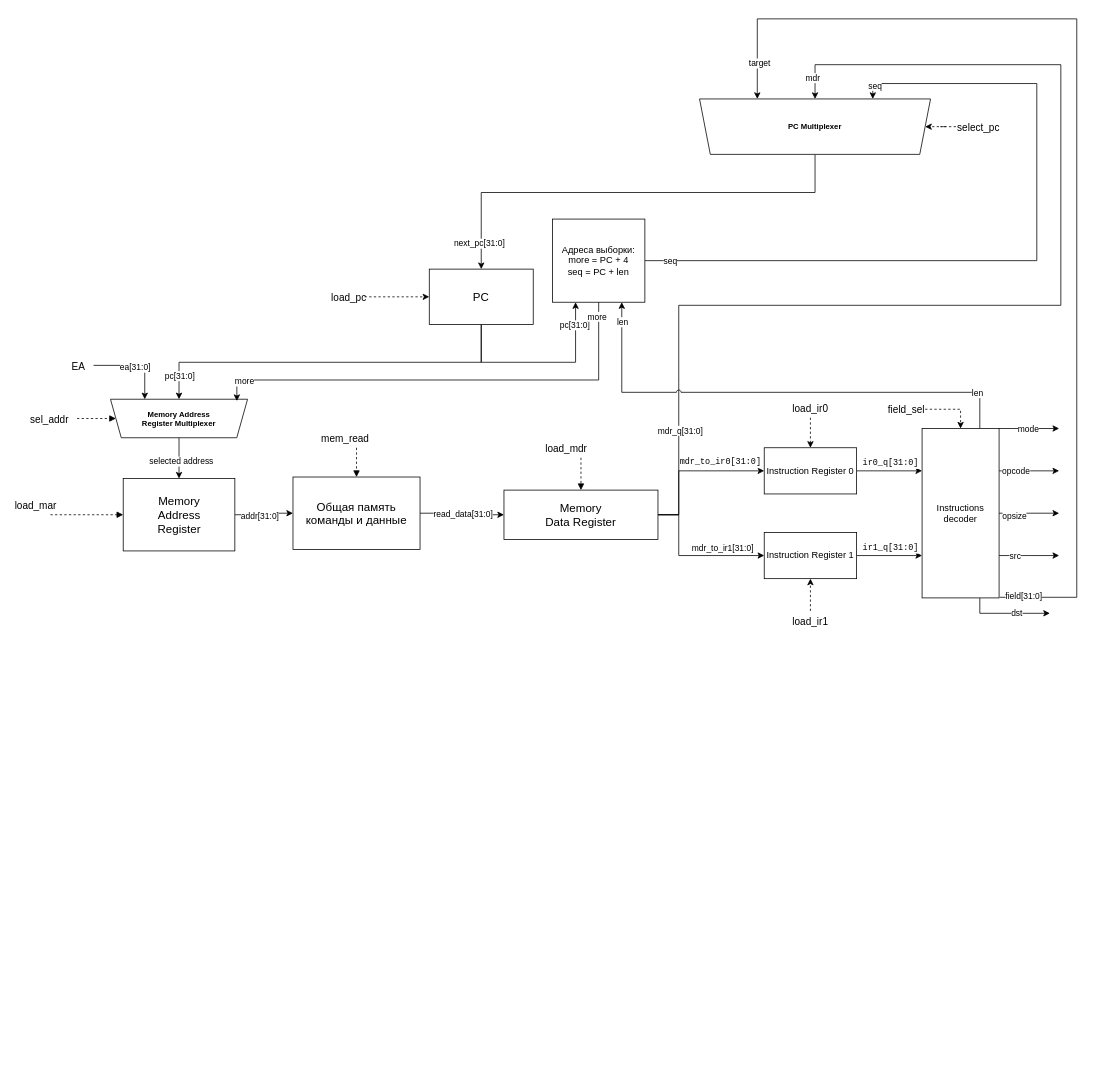
LischenerKS/scheme keeps this draw.io diagram as scheme.drawio. Above is the earlier version. Source tidied: cells renumbered, new cells numbered last; positions are measured from the earlier drawing's top-left corner, leaving out a move shared by most shapes. Both pictures are drawn from the tidied source at 77%, with x=0, y=0 at pixel (13, 18).
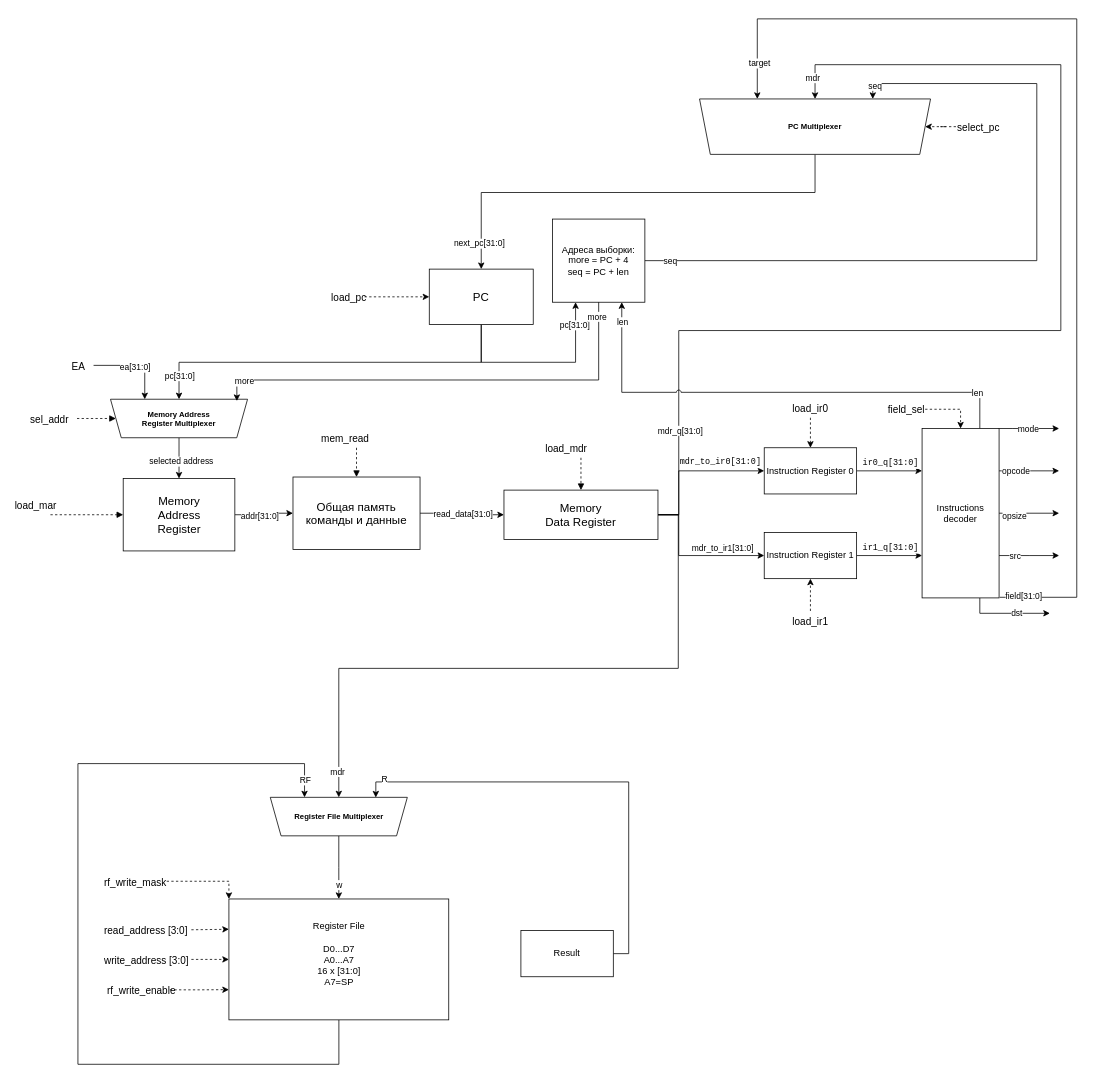
Above is the later version.

The change refers to these unchanged cells:
```xml
<mxCell id="20" value="Memory&#10;Data Register" style="rounded=0;whiteSpace=wrap;html=0;fontSize=15;" parent="1" vertex="1">
  <mxGeometry x="637" y="612" width="200" height="64" as="geometry" />
</mxCell>
<mxCell id="75" value="PC Multiplexer" style="shape=trapezoid;perimeter=trapezoidPerimeter;whiteSpace=wrap;html=1;fixedSize=1;size=14;direction=west;fontSize=10;fontStyle=1;" parent="1" vertex="1">
  <mxGeometry x="891" y="104" width="300" height="72" as="geometry" />
</mxCell>
```

Change to the diagram source:
```diff
@@
     <mxCell id="17" style="edgeStyle=orthogonalEdgeStyle;rounded=0;jettySize=auto;html=1;exitX=1;exitY=0.5;exitDx=0;exitDy=0;defaultLabelBackgroundColor=page;labelPadding=0 4;entryX=0.5;entryY=1;entryDx=0;entryDy=0;noJump=0;jumpStyle=none;followTerminals=1;" parent="1" edge="1" source="20" target="75">
       <mxGeometry x="0.23" relative="1" as="geometry">
         <Array as="points">
           <mxPoint x="864" y="644" />
-          <mxPoint x="864" y="474" />
-          <mxPoint x="864" y="372" />
-          <mxPoint x="1360.2" y="372" />
+          <mxPoint x="864" y="404.8" />
+          <mxPoint x="1360.2" y="404.8" />
           <mxPoint x="1360.2" y="59.5" />
           <mxPoint x="1041" y="59.5" />
         </Array>
       </mxGeometry>
     </mxCell>
@@
+    <mxCell id="78" style="edgeStyle=orthogonalEdgeStyle;rounded=0;jettySize=auto;html=1;exitX=1;exitY=0.5;exitDx=0;exitDy=0;defaultLabelBackgroundColor=page;labelPadding=0 4;entryX=0.5;entryY=1;entryDx=0;entryDy=0;" parent="1" edge="1" source="20" target="85">
+      <mxGeometry x="0.02" relative="1" as="geometry">
+        <Array as="points">
+          <mxPoint x="863.4" y="644" />
+          <mxPoint x="863.4" y="843.5" />
+          <mxPoint x="422.5" y="843.5" />
+        </Array>
+      </mxGeometry>
+    </mxCell>
+    <mxCell id="79" value="mdr" style="edgeLabel;html=1;align=center;verticalAlign=middle;inheritText=1;defaultLabelBackgroundColor=page;labelPadding=0 4;" parent="78" vertex="1">
+      <mxGeometry x="0.92" y="-2" relative="1" as="geometry" />
+    </mxCell>
@@
+    <mxCell id="80" style="edgeStyle=orthogonalEdgeStyle;rounded=0;jettySize=auto;html=1;entryX=0.75;entryY=1;entryDx=0;entryDy=0;defaultLabelBackgroundColor=page;labelPadding=0 4;" parent="1" edge="1" source="82" target="85">
+      <mxGeometry x="0.22" relative="1" as="geometry">
+        <Array as="points">
+          <mxPoint x="422.6" y="1357.7" />
+          <mxPoint x="83.7" y="1357.7" />
+          <mxPoint x="83.7" y="967.2" />
+          <mxPoint x="378" y="967.2" />
+        </Array>
+      </mxGeometry>
+    </mxCell>
+    <mxCell id="81" value="RF" style="edgeLabel;html=1;align=center;verticalAlign=middle;inheritText=1;defaultLabelBackgroundColor=page;labelPadding=0 4;" parent="80" vertex="1">
+      <mxGeometry x="0.96" relative="1" as="geometry" />
+    </mxCell>
+    <mxCell id="82" value="&lt;div&gt;Register File&lt;/div&gt;&lt;div&gt;&lt;br&gt;&lt;/div&gt;&lt;div&gt;D0...D7&lt;/div&gt;&lt;div&gt;A0...A7&lt;/div&gt;&lt;div&gt;16 x [31:0]&lt;/div&gt;&lt;div&gt;A7=SP&lt;/div&gt;&lt;div&gt;&lt;br&gt;&lt;/div&gt;" style="rounded=0;whiteSpace=wrap;html=1;" parent="1" vertex="1">
+      <mxGeometry x="279.8" y="1143" width="285.5" height="157" as="geometry" />
+    </mxCell>
+    <mxCell id="83" style="edgeStyle=orthogonalEdgeStyle;rounded=0;jettySize=auto;html=1;exitX=0.5;exitY=0;exitDx=0;exitDy=0;entryX=0.5;entryY=0;entryDx=0;entryDy=0;defaultLabelBackgroundColor=page;labelPadding=0 4;" parent="1" edge="1" source="85" target="82">
+      <mxGeometry relative="1" as="geometry" />
+    </mxCell>
+    <mxCell id="84" value="w" style="edgeLabel;html=1;align=center;verticalAlign=middle;inheritText=1;defaultLabelBackgroundColor=page;labelPadding=0 4;" parent="83" vertex="1">
+      <mxGeometry x="0.55" relative="1" as="geometry" />
+    </mxCell>
+    <mxCell id="85" value="Register File Multiplexer" style="shape=trapezoid;perimeter=trapezoidPerimeter;whiteSpace=wrap;html=1;fixedSize=1;size=14;direction=west;fontSize=10;fontStyle=1;" parent="1" vertex="1">
+      <mxGeometry x="333.5" y="1011" width="178" height="50" as="geometry" />
+    </mxCell>
+    <mxCell id="86" style="edgeStyle=orthogonalEdgeStyle;rounded=0;jettySize=auto;html=1;exitX=1;exitY=0.5;exitDx=0;exitDy=0;defaultLabelBackgroundColor=page;labelPadding=0 4;entryX=0.23;entryY=0.996;entryDx=0;entryDy=0;entryPerimeter=0;" parent="1" edge="1" source="88" target="85">
+      <mxGeometry relative="1" as="geometry" />
+    </mxCell>
+    <mxCell id="87" value="R" style="edgeLabel;html=1;align=center;verticalAlign=middle;inheritText=1;defaultLabelBackgroundColor=page;labelPadding=0 4;" parent="86" vertex="1">
+      <mxGeometry x="0.91" y="-3" relative="1" as="geometry">
+        <mxPoint x="4" y="-1" as="offset" />
+      </mxGeometry>
+    </mxCell>
+    <mxCell id="88" value="Result" style="rounded=0;whiteSpace=wrap;html=1;" parent="1" vertex="1">
+      <mxGeometry x="659" y="1184" width="120" height="60" as="geometry" />
+    </mxCell>
+    <mxCell id="89" style="edgeStyle=orthogonalEdgeStyle;rounded=0;jettySize=auto;html=1;entryX=0;entryY=0.25;entryDx=0;entryDy=0;defaultLabelBackgroundColor=page;labelPadding=0 4;jumpStyle=arc;dashed=1;" parent="1" edge="1" source="90" target="82">
+      <mxGeometry relative="1" as="geometry" />
+    </mxCell>
+    <mxCell id="90" value="read_address [3:0]" style="rounded=0;whiteSpace=wrap;html=0;fontSize=15;text;strokeColor=none;fillColor=none;fontSize=13;multiple=0;" parent="1" vertex="1">
+      <mxGeometry x="116" y="1170" width="115" height="26" as="geometry" />
+    </mxCell>
+    <mxCell id="91" style="edgeStyle=orthogonalEdgeStyle;rounded=0;jettySize=auto;html=1;defaultLabelBackgroundColor=page;labelPadding=0 4;dashed=1;" parent="1" edge="1" source="92" target="82">
+      <mxGeometry relative="1" as="geometry" />
+    </mxCell>
+    <mxCell id="92" value="write_address [3:0]" style="rounded=0;whiteSpace=wrap;html=0;fontSize=15;text;strokeColor=none;fillColor=none;fontSize=13;multiple=0;" parent="1" vertex="1">
+      <mxGeometry x="116" y="1208.5" width="115" height="26" as="geometry" />
+    </mxCell>
+    <mxCell id="93" style="edgeStyle=orthogonalEdgeStyle;rounded=0;orthogonalLoop=1;jettySize=auto;html=1;innerLoopWaypoints=1;exitX=0.5;exitY=1;exitDx=0;exitDy=0;defaultLabelBackgroundColor=page;labelPadding=0 4;" parent="1" edge="1" source="92" target="92">
+      <mxGeometry relative="1" as="geometry" />
+    </mxCell>
+    <mxCell id="94" style="edgeStyle=orthogonalEdgeStyle;rounded=0;jettySize=auto;html=1;entryX=0;entryY=0.75;entryDx=0;entryDy=0;defaultLabelBackgroundColor=page;labelPadding=0 4;dashed=1;" parent="1" edge="1" source="95" target="82">
+      <mxGeometry relative="1" as="geometry" />
+    </mxCell>
+    <mxCell id="95" value="rf_write_enable" style="rounded=0;whiteSpace=wrap;html=0;fontSize=15;text;strokeColor=none;fillColor=none;fontSize=13;multiple=0;" parent="1" vertex="1">
+      <mxGeometry x="120" y="1248" width="83" height="26" as="geometry" />
+    </mxCell>
+    <mxCell id="96" style="edgeStyle=orthogonalEdgeStyle;rounded=0;jettySize=auto;html=1;entryX=0;entryY=0;entryDx=0;entryDy=0;defaultLabelBackgroundColor=page;labelPadding=0 4;dashed=1;" parent="1" edge="1" source="97" target="82">
+      <mxGeometry relative="1" as="geometry" />
+    </mxCell>
+    <mxCell id="97" value="rf_write_mask" style="rounded=0;whiteSpace=wrap;html=0;fontSize=15;text;strokeColor=none;fillColor=none;fontSize=13;multiple=0;" parent="1" vertex="1">
+      <mxGeometry x="116" y="1107" width="83" height="26" as="geometry" />
+    </mxCell>
```
